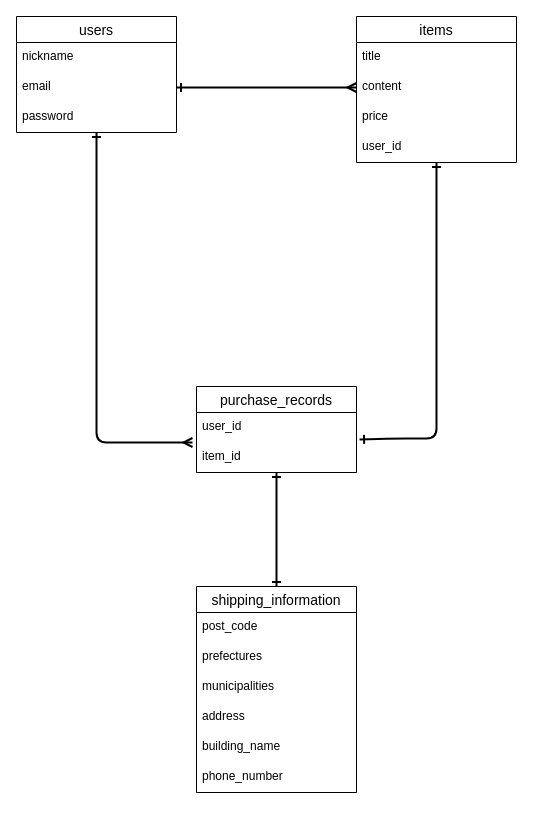
This is furima.dio from daitoyonaga/furima-37786, a draw.io file, before an edit. Source tidied: cells renumbered, new cells numbered last; positions are measured from the earlier drawing's top-left corner, leaving out a move shared by most shapes. Both pictures are drawn from the tidied source at 100%, with x=0, y=0 at pixel (16, 16).
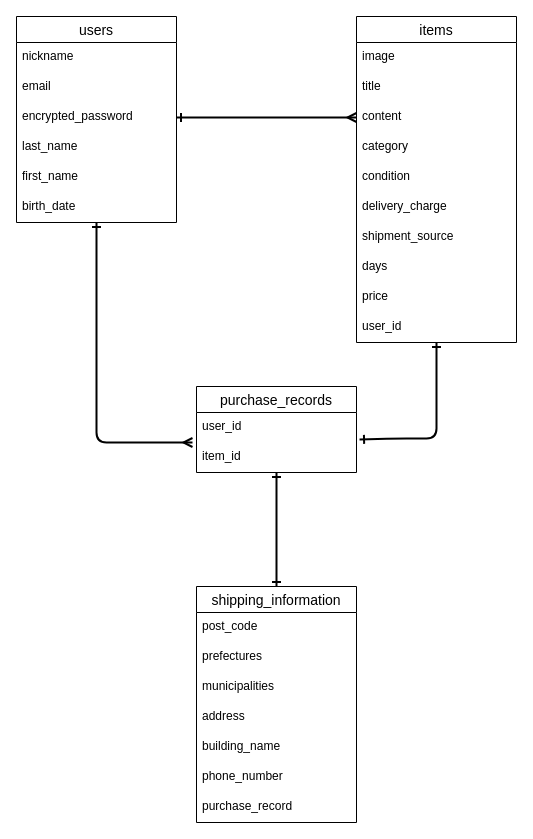
Above is the later version.

The change refers to these unchanged cells:
```xml
<mxCell id="5" value="email" style="text;strokeColor=none;fillColor=none;spacingLeft=4;spacingRight=4;overflow=hidden;points=[[0,0.5],[1,0.5]];portConstraint=eastwest;fontSize=12;" parent="3" vertex="1">
  <mxGeometry y="56" width="160" height="30" as="geometry" />
</mxCell>
```

The edit, as a diff of the source:
```diff
@@
     <mxCell id="3" value="users" style="swimlane;fontStyle=0;horizontal=1;startSize=26;align=center;fontSize=14;" parent="1" vertex="1">
-      <mxGeometry width="160" height="116" as="geometry" />
+      <mxGeometry width="160" height="206" as="geometry" />
     </mxCell>
@@
-    <mxCell id="6" value="password" style="text;strokeColor=none;fillColor=none;spacingLeft=4;spacingRight=4;overflow=hidden;points=[[0,0.5],[1,0.5]];portConstraint=eastwest;fontSize=12;" parent="3" vertex="1">
+    <mxCell id="6" value="encrypted_password" style="text;strokeColor=none;fillColor=none;spacingLeft=4;spacingRight=4;overflow=hidden;points=[[0,0.5],[1,0.5]];portConstraint=eastwest;fontSize=12;" parent="3" vertex="1">
       <mxGeometry y="86" width="160" height="30" as="geometry" />
     </mxCell>
+    <mxCell id="25" value="last_name" style="text;strokeColor=none;fillColor=none;spacingLeft=4;spacingRight=4;overflow=hidden;fontSize=12;" parent="3" vertex="1">
+      <mxGeometry y="116" width="160" height="30" as="geometry" />
+    </mxCell>
+    <mxCell id="26" value="first_name" style="text;strokeColor=none;fillColor=none;spacingLeft=4;spacingRight=4;overflow=hidden;fontSize=12;" parent="3" vertex="1">
+      <mxGeometry y="146" width="160" height="30" as="geometry" />
+    </mxCell>
+    <mxCell id="27" value="birth_date" style="text;strokeColor=none;fillColor=none;spacingLeft=4;spacingRight=4;overflow=hidden;fontSize=12;" parent="3" vertex="1">
+      <mxGeometry y="176" width="160" height="30" as="geometry" />
+    </mxCell>
@@
     <mxCell id="8" value="items" style="swimlane;fontStyle=0;horizontal=1;startSize=26;align=center;fontSize=14;" parent="1" vertex="1">
-      <mxGeometry x="340" width="160" height="146" as="geometry" />
+      <mxGeometry x="340" width="160" height="326" as="geometry" />
     </mxCell>
+    <mxCell id="28" value="image" style="text;strokeColor=none;fillColor=none;spacingLeft=4;spacingRight=4;overflow=hidden;fontSize=12;" parent="8" vertex="1">
+      <mxGeometry y="26" width="160" height="30" as="geometry" />
+    </mxCell>
     <mxCell id="9" value="title" style="text;strokeColor=none;fillColor=none;spacingLeft=4;spacingRight=4;overflow=hidden;fontSize=12;" parent="8" vertex="1">
-      <mxGeometry y="26" width="160" height="30" as="geometry" />
+      <mxGeometry y="56" width="160" height="30" as="geometry" />
     </mxCell>
     <mxCell id="10" value="content" style="text;strokeColor=none;fillColor=none;spacingLeft=4;spacingRight=4;overflow=hidden;points=[[0,0.5],[1,0.5]];portConstraint=eastwest;fontSize=12;" parent="8" vertex="1">
-      <mxGeometry y="56" width="160" height="30" as="geometry" />
+      <mxGeometry y="86" width="160" height="30" as="geometry" />
     </mxCell>
+    <mxCell id="29" value="category" style="text;strokeColor=none;fillColor=none;spacingLeft=4;spacingRight=4;overflow=hidden;fontSize=12;" parent="8" vertex="1">
+      <mxGeometry y="116" width="160" height="30" as="geometry" />
+    </mxCell>
+    <mxCell id="30" value="condition" style="text;strokeColor=none;fillColor=none;spacingLeft=4;spacingRight=4;overflow=hidden;fontSize=12;" parent="8" vertex="1">
+      <mxGeometry y="146" width="160" height="30" as="geometry" />
+    </mxCell>
+    <mxCell id="31" value="delivery_charge" style="text;strokeColor=none;fillColor=none;spacingLeft=4;spacingRight=4;overflow=hidden;fontSize=12;" parent="8" vertex="1">
+      <mxGeometry y="176" width="160" height="30" as="geometry" />
+    </mxCell>
+    <mxCell id="32" value="shipment_source" style="text;strokeColor=none;fillColor=none;spacingLeft=4;spacingRight=4;overflow=hidden;fontSize=12;" parent="8" vertex="1">
+      <mxGeometry y="206" width="160" height="30" as="geometry" />
+    </mxCell>
+    <mxCell id="33" value="days" style="text;strokeColor=none;fillColor=none;spacingLeft=4;spacingRight=4;overflow=hidden;fontSize=12;" parent="8" vertex="1">
+      <mxGeometry y="236" width="160" height="30" as="geometry" />
+    </mxCell>
     <mxCell id="11" value="price" style="text;strokeColor=none;fillColor=none;spacingLeft=4;spacingRight=4;overflow=hidden;fontSize=12;" parent="8" vertex="1">
-      <mxGeometry y="86" width="160" height="30" as="geometry" />
+      <mxGeometry y="266" width="160" height="30" as="geometry" />
     </mxCell>
     <mxCell id="12" value="user_id" style="text;strokeColor=none;fillColor=none;spacingLeft=4;spacingRight=4;overflow=hidden;fontSize=12;" parent="8" vertex="1">
-      <mxGeometry y="116" width="160" height="30" as="geometry" />
+      <mxGeometry y="296" width="160" height="30" as="geometry" />
     </mxCell>
@@
     <mxCell id="17" value="shipping_information" style="swimlane;fontStyle=0;horizontal=1;startSize=26;align=center;fontSize=14;" parent="1" vertex="1">
-      <mxGeometry x="180" y="570" width="160" height="206" as="geometry" />
+      <mxGeometry x="180" y="570" width="160" height="236" as="geometry" />
     </mxCell>
@@
+    <mxCell id="34" value="purchase_record" style="text;strokeColor=none;fillColor=none;spacingLeft=4;spacingRight=4;overflow=hidden;fontSize=12;" parent="17" vertex="1">
+      <mxGeometry y="206" width="160" height="30" as="geometry" />
+    </mxCell>
-    <mxCell id="24" style="edgeStyle=none;html=1;exitX=1;exitY=0.5;exitDx=0;exitDy=0;entryX=0;entryY=0.5;entryDx=0;entryDy=0;startArrow=ERone;startFill=0;endArrow=ERmany;endFill=0;strokeWidth=2;" parent="1" edge="1" source="5" target="10">
+    <mxCell id="24" style="edgeStyle=none;html=1;exitX=1;exitY=0.5;exitDx=0;exitDy=0;entryX=0;entryY=0.5;entryDx=0;entryDy=0;startArrow=ERone;startFill=0;endArrow=ERmany;endFill=0;strokeWidth=2;" parent="1" edge="1" source="6" target="10">
       <mxGeometry relative="1" as="geometry" />
     </mxCell>
```
